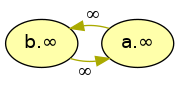
idaks/Games-and-Argumentation keeps this Graphviz diagram as lib/graphs/game_graph_colored.png. Above is the earlier version. Its source is kept beside it as lib/graphs/game_graph_colored.dot.
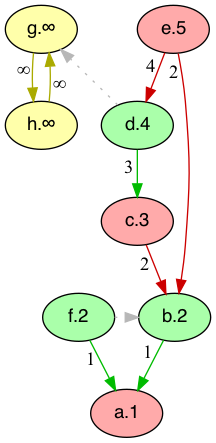
Later version of the same file.

What changed in the source:
```diff
@@ -2,13 +2,33 @@
   rankdir="TB"
   node [shape=oval style=filled fontname=Helvetica fontsize=14]
   node [fillcolor="#AAFFAA" fontcolor="#000000"]
+       b[label="b.2"]
+       f[label="f.2"]
+       d[label="d.4"]
   node [fillcolor="#FFAAAA" fontcolor="#000000"]
+       a[label="a.1"]
+       c[label="c.3"]
+       e[label="e.5"]
   node [fillcolor="#FFFFAA" fontcolor="#000000"]
-       b[label="b.∞"]
-       a[label="a.∞"]
+       g[label="g.∞"]
+       h[label="h.∞"]
+  edge [dir=forward color="#00BB00" style="solid" taillabel="1" labeldistance=1.5]
+        "b" -> "a"
+        "f" -> "a"
+  edge [dir=forward color="#CC0000" style="solid" taillabel="2" labeldistance=1.5]
+        "c" -> "b"
+        "e" -> "b"
+  edge [dir=forward color="#00BB00" style="solid" taillabel="3" labeldistance=1.5]
+        "d" -> "c"
+  edge [dir=forward color="#CC0000" style="solid" taillabel="4" labeldistance=1.5]
+        "e" -> "d"
   edge [dir=forward color="#AAAA00" style="solid" taillabel="∞" labeldistance=1.5]
-        "b" -> "a"
-        "a" -> "b"
+        "g" -> "h"
+        "h" -> "g"
+  edge [dir=forward color="#b7b7b7" style="dotted" constraint=false taillabel=" " labeldistance=1.5]
+        "f" -> "b"
+        "d" -> "g"
 
-  {rank = max b a}
+  {rank = max a}
+  {rank = min e}
 }
```
